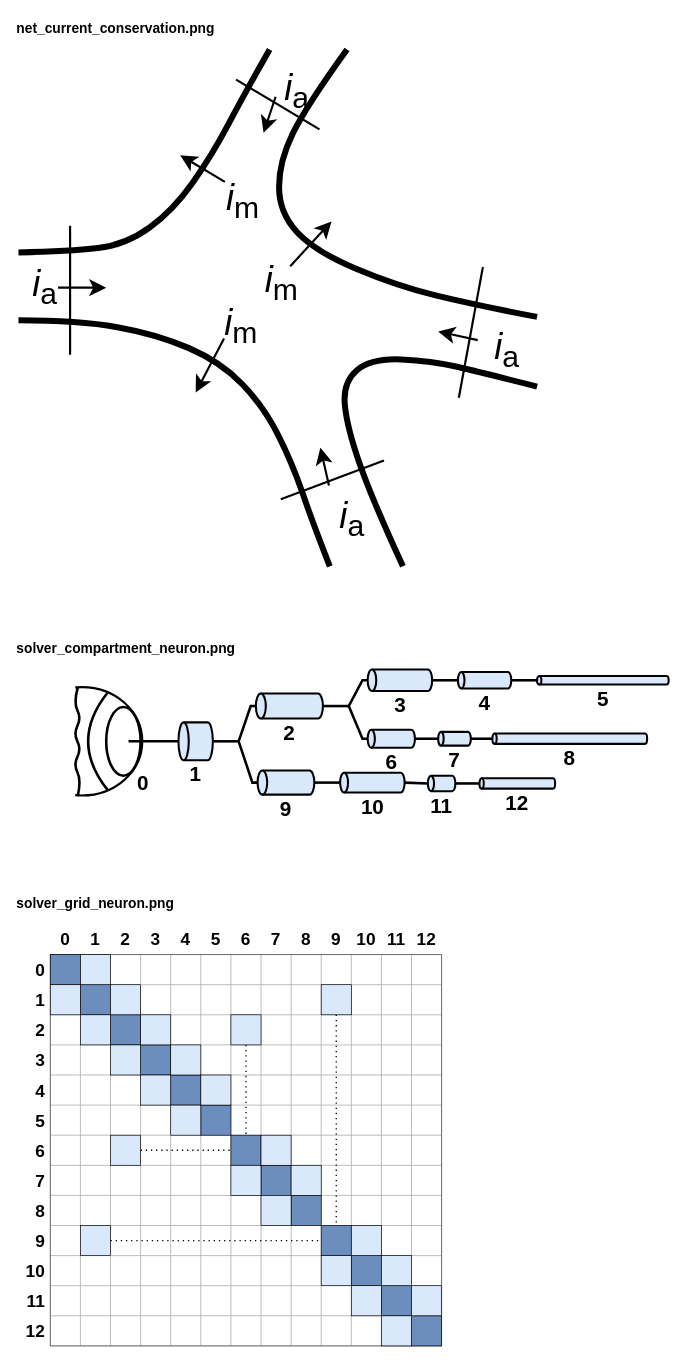
Above: assets/neuron-electrical-activity/neuron-electrical-activity.drawio in brunomaga/brunomaga.github.io (draw.io), before the change. Source tidied: cells renumbered, new cells numbered last; positions are measured from the earlier drawing's top-left corner, leaving out a move shared by most shapes. Both pictures are drawn from the tidied source at 86%, with x=0, y=0 at pixel (15, 15).
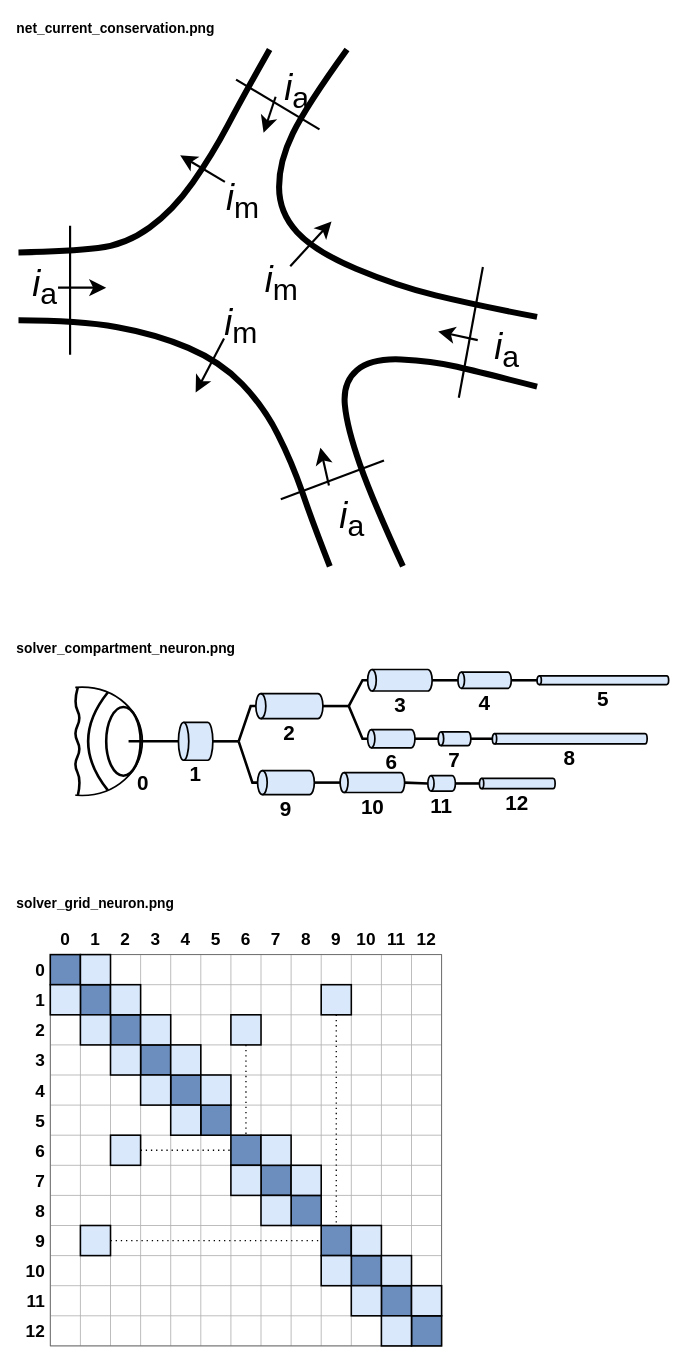
The same page after the edit.

Unchanged cells that the change refers to:
```xml
<mxCell id="27" style="group;" parent="1" vertex="1">
  <mxGeometry y="761" width="760" height="176.5" as="geometry" />
</mxCell>
<mxCell id="73" style="group;" parent="1" vertex="1">
  <mxGeometry y="1057.5" width="496" height="490" as="geometry" />
</mxCell>
```

Change to the diagram source:
```diff
@@
-    <mxCell id="28" style="ellipse;whiteSpace=wrap;html=1;fillColor=#ffffff;fontSize=14;strokeColor=#000000;strokeWidth=2.4;" parent="27" vertex="1">
+    <mxCell id="28" style="ellipse;whiteSpace=wrap;html=1;fillColor=#ffffff;fontSize=14;strokeColor=#000000;strokeWidth=1.99;" parent="27" vertex="1">
       <mxGeometry x="8" y="20.5" width="140" height="126" as="geometry" />
     </mxCell>
@@
-    <mxCell id="34" style="shape=cylinder3;whiteSpace=wrap;html=1;fillColor=#dae8fc;fontSize=14;direction=north;size=6;strokeColor=#000000;strokeWidth=2.4;" parent="27" vertex="1">
+    <mxCell id="34" style="shape=cylinder3;whiteSpace=wrap;html=1;fillColor=#dae8fc;fontSize=14;direction=north;size=6;strokeColor=#000000;strokeWidth=1.99;" parent="27" vertex="1">
       <mxGeometry x="190" y="61.5" width="40" height="44" as="geometry" />
     </mxCell>
@@
-    <mxCell id="36" style="shape=cylinder3;whiteSpace=wrap;html=1;fillColor=#dae8fc;fontSize=14;direction=north;size=5.8;strokeColor=#000000;strokeWidth=2.4;" parent="27" vertex="1">
+    <mxCell id="36" style="shape=cylinder3;whiteSpace=wrap;html=1;fillColor=#dae8fc;fontSize=14;direction=north;size=5.8;strokeColor=#000000;strokeWidth=1.99;" parent="27" vertex="1">
       <mxGeometry x="280" y="28" width="78" height="29" as="geometry" />
     </mxCell>
@@
-    <mxCell id="38" style="shape=cylinder3;whiteSpace=wrap;html=1;fillColor=#dae8fc;fontSize=14;direction=north;size=5.0;strokeColor=#000000;strokeWidth=2.4;" parent="27" vertex="1">
+    <mxCell id="38" style="shape=cylinder3;whiteSpace=wrap;html=1;fillColor=#dae8fc;fontSize=14;direction=north;size=5.0;strokeColor=#000000;strokeWidth=1.99;" parent="27" vertex="1">
       <mxGeometry x="410" width="75" height="25" as="geometry" />
     </mxCell>
@@
-    <mxCell id="40" style="shape=cylinder3;whiteSpace=wrap;html=1;fillColor=#dae8fc;fontSize=14;direction=north;size=3.8;strokeColor=#000000;strokeWidth=2.4;" parent="27" vertex="1">
+    <mxCell id="40" style="shape=cylinder3;whiteSpace=wrap;html=1;fillColor=#dae8fc;fontSize=14;direction=north;size=3.8;strokeColor=#000000;strokeWidth=1.99;" parent="27" vertex="1">
       <mxGeometry x="515" y="3" width="62" height="19" as="geometry" />
     </mxCell>
@@
-    <mxCell id="42" style="shape=cylinder3;whiteSpace=wrap;html=1;fillColor=#dae8fc;fontSize=14;direction=north;size=2.5;strokeColor=#000000;strokeWidth=2.4;" parent="27" vertex="1">
+    <mxCell id="42" style="shape=cylinder3;whiteSpace=wrap;html=1;fillColor=#dae8fc;fontSize=14;direction=north;size=2.5;strokeColor=#000000;strokeWidth=1.99;" parent="27" vertex="1">
       <mxGeometry x="607" y="7.5" width="153" height="10" as="geometry" />
     </mxCell>
@@
-    <mxCell id="44" style="shape=cylinder3;whiteSpace=wrap;html=1;fillColor=#dae8fc;fontSize=14;direction=north;size=4.2;strokeColor=#000000;strokeWidth=2.4;" parent="27" vertex="1">
+    <mxCell id="44" style="shape=cylinder3;whiteSpace=wrap;html=1;fillColor=#dae8fc;fontSize=14;direction=north;size=4.2;strokeColor=#000000;strokeWidth=1.99;" parent="27" vertex="1">
       <mxGeometry x="410" y="70" width="55" height="21" as="geometry" />
     </mxCell>
@@
-    <mxCell id="46" style="shape=cylinder3;whiteSpace=wrap;html=1;fillColor=#dae8fc;fontSize=14;direction=north;size=3.2;strokeColor=#000000;strokeWidth=2.4;" parent="27" vertex="1">
+    <mxCell id="46" style="shape=cylinder3;whiteSpace=wrap;html=1;fillColor=#dae8fc;fontSize=14;direction=north;size=3.2;strokeColor=#000000;strokeWidth=1.99;" parent="27" vertex="1">
       <mxGeometry x="492" y="72.5" width="38" height="16" as="geometry" />
     </mxCell>
@@
-    <mxCell id="48" style="shape=cylinder3;whiteSpace=wrap;html=1;fillColor=#dae8fc;fontSize=14;direction=north;size=2.5;strokeColor=#000000;strokeWidth=2.4;" parent="27" vertex="1">
+    <mxCell id="48" style="shape=cylinder3;whiteSpace=wrap;html=1;fillColor=#dae8fc;fontSize=14;direction=north;size=2.5;strokeColor=#000000;strokeWidth=1.99;" parent="27" vertex="1">
       <mxGeometry x="555" y="74.5" width="180" height="12" as="geometry" />
     </mxCell>
@@
-    <mxCell id="50" style="shape=cylinder3;whiteSpace=wrap;html=1;fillColor=#dae8fc;fontSize=14;direction=north;size=5.6;strokeColor=#000000;strokeWidth=2.4;" parent="27" vertex="1">
+    <mxCell id="50" style="shape=cylinder3;whiteSpace=wrap;html=1;fillColor=#dae8fc;fontSize=14;direction=north;size=5.6;strokeColor=#000000;strokeWidth=1.99;" parent="27" vertex="1">
       <mxGeometry x="282" y="117.5" width="66" height="28" as="geometry" />
     </mxCell>
@@
-    <mxCell id="52" style="shape=cylinder3;whiteSpace=wrap;html=1;fillColor=#dae8fc;fontSize=14;direction=north;size=4.6;strokeColor=#000000;strokeWidth=2.4;" parent="27" vertex="1">
+    <mxCell id="52" style="shape=cylinder3;whiteSpace=wrap;html=1;fillColor=#dae8fc;fontSize=14;direction=north;size=4.6;strokeColor=#000000;strokeWidth=1.99;" parent="27" vertex="1">
       <mxGeometry x="378" y="120" width="75" height="23" as="geometry" />
     </mxCell>
@@
-    <mxCell id="54" style="shape=cylinder3;whiteSpace=wrap;html=1;fillColor=#dae8fc;fontSize=14;direction=north;size=3.6;strokeColor=#000000;strokeWidth=2.4;" parent="27" vertex="1">
+    <mxCell id="54" style="shape=cylinder3;whiteSpace=wrap;html=1;fillColor=#dae8fc;fontSize=14;direction=north;size=3.6;strokeColor=#000000;strokeWidth=1.99;" parent="27" vertex="1">
       <mxGeometry x="480" y="123.5" width="32" height="18" as="geometry" />
     </mxCell>
@@
-    <mxCell id="56" style="shape=cylinder3;whiteSpace=wrap;html=1;fillColor=#dae8fc;fontSize=14;direction=north;size=2.5;strokeColor=#000000;strokeWidth=2.4;" parent="27" vertex="1">
+    <mxCell id="56" style="shape=cylinder3;whiteSpace=wrap;html=1;fillColor=#dae8fc;fontSize=14;direction=north;size=2.5;strokeColor=#000000;strokeWidth=1.99;" parent="27" vertex="1">
       <mxGeometry x="540" y="126.5" width="88" height="12" as="geometry" />
     </mxCell>
@@
-    <mxCell id="129" style="rounded=0;whiteSpace=wrap;html=1;fillColor=#6c8ebf;fontSize=14;strokeColor=#000000;strokeWidth=0.8;" parent="73" vertex="1">
+    <mxCell id="129" style="rounded=0;whiteSpace=wrap;html=1;fillColor=#6c8ebf;fontSize=14;strokeColor=#000000;strokeWidth=1.83;" parent="73" vertex="1">
       <mxGeometry x="41" y="35" width="35" height="35" as="geometry" />
     </mxCell>
-    <mxCell id="130" style="rounded=0;whiteSpace=wrap;html=1;fillColor=#6c8ebf;fontSize=14;strokeColor=#000000;strokeWidth=0.8;" parent="73" vertex="1">
+    <mxCell id="130" style="rounded=0;whiteSpace=wrap;html=1;fillColor=#6c8ebf;fontSize=14;strokeColor=#000000;strokeWidth=1.83;" parent="73" vertex="1">
       <mxGeometry x="76" y="70" width="35" height="35" as="geometry" />
     </mxCell>
-    <mxCell id="131" style="rounded=0;whiteSpace=wrap;html=1;fillColor=#6c8ebf;fontSize=14;strokeColor=#000000;strokeWidth=0.8;" parent="73" vertex="1">
+    <mxCell id="131" style="rounded=0;whiteSpace=wrap;html=1;fillColor=#6c8ebf;fontSize=14;strokeColor=#000000;strokeWidth=1.83;" parent="73" vertex="1">
       <mxGeometry x="111" y="105" width="35" height="35" as="geometry" />
     </mxCell>
-    <mxCell id="132" style="rounded=0;whiteSpace=wrap;html=1;fillColor=#6c8ebf;fontSize=14;strokeColor=#000000;strokeWidth=0.8;" parent="73" vertex="1">
+    <mxCell id="132" style="rounded=0;whiteSpace=wrap;html=1;fillColor=#6c8ebf;fontSize=14;strokeColor=#000000;strokeWidth=1.83;" parent="73" vertex="1">
       <mxGeometry x="146" y="140" width="35" height="35" as="geometry" />
     </mxCell>
-    <mxCell id="133" style="rounded=0;whiteSpace=wrap;html=1;fillColor=#6c8ebf;fontSize=14;strokeColor=#000000;strokeWidth=0.8;" parent="73" vertex="1">
+    <mxCell id="133" style="rounded=0;whiteSpace=wrap;html=1;fillColor=#6c8ebf;fontSize=14;strokeColor=#000000;strokeWidth=1.83;" parent="73" vertex="1">
       <mxGeometry x="181" y="175" width="35" height="35" as="geometry" />
     </mxCell>
-    <mxCell id="134" style="rounded=0;whiteSpace=wrap;html=1;fillColor=#6c8ebf;fontSize=14;strokeColor=#000000;strokeWidth=0.8;" parent="73" vertex="1">
+    <mxCell id="134" style="rounded=0;whiteSpace=wrap;html=1;fillColor=#6c8ebf;fontSize=14;strokeColor=#000000;strokeWidth=1.83;" parent="73" vertex="1">
       <mxGeometry x="216" y="210" width="35" height="35" as="geometry" />
     </mxCell>
-    <mxCell id="135" style="rounded=0;whiteSpace=wrap;html=1;fillColor=#6c8ebf;fontSize=14;strokeColor=#000000;strokeWidth=0.8;" parent="73" vertex="1">
+    <mxCell id="135" style="rounded=0;whiteSpace=wrap;html=1;fillColor=#6c8ebf;fontSize=14;strokeColor=#000000;strokeWidth=1.83;" parent="73" vertex="1">
       <mxGeometry x="251" y="245" width="35" height="35" as="geometry" />
     </mxCell>
-    <mxCell id="136" style="rounded=0;whiteSpace=wrap;html=1;fillColor=#6c8ebf;fontSize=14;strokeColor=#000000;strokeWidth=0.8;" parent="73" vertex="1">
+    <mxCell id="136" style="rounded=0;whiteSpace=wrap;html=1;fillColor=#6c8ebf;fontSize=14;strokeColor=#000000;strokeWidth=1.83;" parent="73" vertex="1">
       <mxGeometry x="286" y="280" width="35" height="35" as="geometry" />
     </mxCell>
-    <mxCell id="137" style="rounded=0;whiteSpace=wrap;html=1;fillColor=#6c8ebf;fontSize=14;strokeColor=#000000;strokeWidth=0.8;" parent="73" vertex="1">
+    <mxCell id="137" style="rounded=0;whiteSpace=wrap;html=1;fillColor=#6c8ebf;fontSize=14;strokeColor=#000000;strokeWidth=1.83;" parent="73" vertex="1">
       <mxGeometry x="321" y="315" width="35" height="35" as="geometry" />
     </mxCell>
-    <mxCell id="138" style="rounded=0;whiteSpace=wrap;html=1;fillColor=#6c8ebf;fontSize=14;strokeColor=#000000;strokeWidth=0.8;" parent="73" vertex="1">
+    <mxCell id="138" style="rounded=0;whiteSpace=wrap;html=1;fillColor=#6c8ebf;fontSize=14;strokeColor=#000000;strokeWidth=1.83;" parent="73" vertex="1">
       <mxGeometry x="356" y="350" width="35" height="35" as="geometry" />
     </mxCell>
-    <mxCell id="139" style="rounded=0;whiteSpace=wrap;html=1;fillColor=#6c8ebf;fontSize=14;strokeColor=#000000;strokeWidth=0.8;" parent="73" vertex="1">
+    <mxCell id="139" style="rounded=0;whiteSpace=wrap;html=1;fillColor=#6c8ebf;fontSize=14;strokeColor=#000000;strokeWidth=1.83;" parent="73" vertex="1">
       <mxGeometry x="391" y="385" width="35" height="35" as="geometry" />
     </mxCell>
-    <mxCell id="140" style="rounded=0;whiteSpace=wrap;html=1;fillColor=#6c8ebf;fontSize=14;strokeColor=#000000;strokeWidth=0.8;" parent="73" vertex="1">
+    <mxCell id="140" style="rounded=0;whiteSpace=wrap;html=1;fillColor=#6c8ebf;fontSize=14;strokeColor=#000000;strokeWidth=1.83;" parent="73" vertex="1">
       <mxGeometry x="426" y="420" width="35" height="35" as="geometry" />
     </mxCell>
-    <mxCell id="141" style="rounded=0;whiteSpace=wrap;html=1;fillColor=#6c8ebf;fontSize=14;strokeColor=#000000;strokeWidth=0.8;" parent="73" vertex="1">
+    <mxCell id="141" style="rounded=0;whiteSpace=wrap;html=1;fillColor=#6c8ebf;fontSize=14;strokeColor=#000000;strokeWidth=1.83;" parent="73" vertex="1">
       <mxGeometry x="461" y="455" width="35" height="35" as="geometry" />
     </mxCell>
-    <mxCell id="142" style="rounded=0;whiteSpace=wrap;html=1;fillColor=#dae8fc;fontSize=14;strokeColor=#000000;strokeWidth=0.8;" parent="73" vertex="1">
+    <mxCell id="142" style="rounded=0;whiteSpace=wrap;html=1;fillColor=#dae8fc;fontSize=14;strokeColor=#000000;strokeWidth=1.83;" parent="73" vertex="1">
       <mxGeometry x="41" y="70" width="35" height="35" as="geometry" />
     </mxCell>
-    <mxCell id="143" style="rounded=0;whiteSpace=wrap;html=1;fillColor=#dae8fc;fontSize=14;strokeColor=#000000;strokeWidth=0.8;" parent="73" vertex="1">
+    <mxCell id="143" style="rounded=0;whiteSpace=wrap;html=1;fillColor=#dae8fc;fontSize=14;strokeColor=#000000;strokeWidth=1.83;" parent="73" vertex="1">
       <mxGeometry x="76" y="35" width="35" height="35" as="geometry" />
     </mxCell>
-    <mxCell id="144" style="rounded=0;whiteSpace=wrap;html=1;fillColor=#dae8fc;fontSize=14;strokeColor=#000000;strokeWidth=0.8;" parent="73" vertex="1">
+    <mxCell id="144" style="rounded=0;whiteSpace=wrap;html=1;fillColor=#dae8fc;fontSize=14;strokeColor=#000000;strokeWidth=1.83;" parent="73" vertex="1">
       <mxGeometry x="76" y="105" width="35" height="35" as="geometry" />
     </mxCell>
-    <mxCell id="145" style="rounded=0;whiteSpace=wrap;html=1;fillColor=#dae8fc;fontSize=14;strokeColor=#000000;strokeWidth=0.8;" parent="73" vertex="1">
+    <mxCell id="145" style="rounded=0;whiteSpace=wrap;html=1;fillColor=#dae8fc;fontSize=14;strokeColor=#000000;strokeWidth=1.83;" parent="73" vertex="1">
       <mxGeometry x="111" y="70" width="35" height="35" as="geometry" />
     </mxCell>
-    <mxCell id="146" style="rounded=0;whiteSpace=wrap;html=1;fillColor=#dae8fc;fontSize=14;strokeColor=#000000;strokeWidth=0.8;" parent="73" vertex="1">
+    <mxCell id="146" style="rounded=0;whiteSpace=wrap;html=1;fillColor=#dae8fc;fontSize=14;strokeColor=#000000;strokeWidth=1.83;" parent="73" vertex="1">
       <mxGeometry x="111" y="140" width="35" height="35" as="geometry" />
     </mxCell>
-    <mxCell id="147" style="rounded=0;whiteSpace=wrap;html=1;fillColor=#dae8fc;fontSize=14;strokeColor=#000000;strokeWidth=0.8;" parent="73" vertex="1">
+    <mxCell id="147" style="rounded=0;whiteSpace=wrap;html=1;fillColor=#dae8fc;fontSize=14;strokeColor=#000000;strokeWidth=1.83;" parent="73" vertex="1">
       <mxGeometry x="146" y="105" width="35" height="35" as="geometry" />
     </mxCell>
-    <mxCell id="148" style="rounded=0;whiteSpace=wrap;html=1;fillColor=#dae8fc;fontSize=14;strokeColor=#000000;strokeWidth=0.8;" parent="73" vertex="1">
+    <mxCell id="148" style="rounded=0;whiteSpace=wrap;html=1;fillColor=#dae8fc;fontSize=14;strokeColor=#000000;strokeWidth=1.83;" parent="73" vertex="1">
       <mxGeometry x="146" y="175" width="35" height="35" as="geometry" />
     </mxCell>
-    <mxCell id="149" style="rounded=0;whiteSpace=wrap;html=1;fillColor=#dae8fc;fontSize=14;strokeColor=#000000;strokeWidth=0.8;" parent="73" vertex="1">
+    <mxCell id="149" style="rounded=0;whiteSpace=wrap;html=1;fillColor=#dae8fc;fontSize=14;strokeColor=#000000;strokeWidth=1.83;" parent="73" vertex="1">
       <mxGeometry x="181" y="140" width="35" height="35" as="geometry" />
     </mxCell>
-    <mxCell id="150" style="rounded=0;whiteSpace=wrap;html=1;fillColor=#dae8fc;fontSize=14;strokeColor=#000000;strokeWidth=0.8;" parent="73" vertex="1">
+    <mxCell id="150" style="rounded=0;whiteSpace=wrap;html=1;fillColor=#dae8fc;fontSize=14;strokeColor=#000000;strokeWidth=1.83;" parent="73" vertex="1">
       <mxGeometry x="181" y="210" width="35" height="35" as="geometry" />
     </mxCell>
-    <mxCell id="151" style="rounded=0;whiteSpace=wrap;html=1;fillColor=#dae8fc;fontSize=14;strokeColor=#000000;strokeWidth=0.8;" parent="73" vertex="1">
+    <mxCell id="151" style="rounded=0;whiteSpace=wrap;html=1;fillColor=#dae8fc;fontSize=14;strokeColor=#000000;strokeWidth=1.83;" parent="73" vertex="1">
       <mxGeometry x="216" y="175" width="35" height="35" as="geometry" />
     </mxCell>
-    <mxCell id="152" style="rounded=0;whiteSpace=wrap;html=1;fillColor=#dae8fc;fontSize=14;strokeColor=#000000;strokeWidth=0.8;" parent="73" vertex="1">
+    <mxCell id="152" style="rounded=0;whiteSpace=wrap;html=1;fillColor=#dae8fc;fontSize=14;strokeColor=#000000;strokeWidth=1.83;" parent="73" vertex="1">
       <mxGeometry x="111" y="245" width="35" height="35" as="geometry" />
     </mxCell>
-    <mxCell id="153" style="rounded=0;whiteSpace=wrap;html=1;fillColor=#dae8fc;fontSize=14;strokeColor=#000000;strokeWidth=0.8;" parent="73" vertex="1">
+    <mxCell id="153" style="rounded=0;whiteSpace=wrap;html=1;fillColor=#dae8fc;fontSize=14;strokeColor=#000000;strokeWidth=1.83;" parent="73" vertex="1">
       <mxGeometry x="251" y="105" width="35" height="35" as="geometry" />
     </mxCell>
-    <mxCell id="154" style="rounded=0;whiteSpace=wrap;html=1;fillColor=#dae8fc;fontSize=14;strokeColor=#000000;strokeWidth=0.8;" parent="73" vertex="1">
+    <mxCell id="154" style="rounded=0;whiteSpace=wrap;html=1;fillColor=#dae8fc;fontSize=14;strokeColor=#000000;strokeWidth=1.83;" parent="73" vertex="1">
       <mxGeometry x="251" y="280" width="35" height="35" as="geometry" />
     </mxCell>
-    <mxCell id="155" style="rounded=0;whiteSpace=wrap;html=1;fillColor=#dae8fc;fontSize=14;strokeColor=#000000;strokeWidth=0.8;" parent="73" vertex="1">
+    <mxCell id="155" style="rounded=0;whiteSpace=wrap;html=1;fillColor=#dae8fc;fontSize=14;strokeColor=#000000;strokeWidth=1.83;" parent="73" vertex="1">
       <mxGeometry x="286" y="245" width="35" height="35" as="geometry" />
     </mxCell>
-    <mxCell id="156" style="rounded=0;whiteSpace=wrap;html=1;fillColor=#dae8fc;fontSize=14;strokeColor=#000000;strokeWidth=0.8;" parent="73" vertex="1">
+    <mxCell id="156" style="rounded=0;whiteSpace=wrap;html=1;fillColor=#dae8fc;fontSize=14;strokeColor=#000000;strokeWidth=1.83;" parent="73" vertex="1">
       <mxGeometry x="286" y="315" width="35" height="35" as="geometry" />
     </mxCell>
-    <mxCell id="157" style="rounded=0;whiteSpace=wrap;html=1;fillColor=#dae8fc;fontSize=14;strokeColor=#000000;strokeWidth=0.8;" parent="73" vertex="1">
+    <mxCell id="157" style="rounded=0;whiteSpace=wrap;html=1;fillColor=#dae8fc;fontSize=14;strokeColor=#000000;strokeWidth=1.83;" parent="73" vertex="1">
       <mxGeometry x="321" y="280" width="35" height="35" as="geometry" />
     </mxCell>
-    <mxCell id="158" style="rounded=0;whiteSpace=wrap;html=1;fillColor=#dae8fc;fontSize=14;strokeColor=#000000;strokeWidth=0.8;" parent="73" vertex="1">
+    <mxCell id="158" style="rounded=0;whiteSpace=wrap;html=1;fillColor=#dae8fc;fontSize=14;strokeColor=#000000;strokeWidth=1.83;" parent="73" vertex="1">
       <mxGeometry x="76" y="350" width="35" height="35" as="geometry" />
     </mxCell>
-    <mxCell id="159" style="rounded=0;whiteSpace=wrap;html=1;fillColor=#dae8fc;fontSize=14;strokeColor=#000000;strokeWidth=0.8;" parent="73" vertex="1">
+    <mxCell id="159" style="rounded=0;whiteSpace=wrap;html=1;fillColor=#dae8fc;fontSize=14;strokeColor=#000000;strokeWidth=1.83;" parent="73" vertex="1">
       <mxGeometry x="356" y="70" width="35" height="35" as="geometry" />
     </mxCell>
-    <mxCell id="160" style="rounded=0;whiteSpace=wrap;html=1;fillColor=#dae8fc;fontSize=14;strokeColor=#000000;strokeWidth=0.8;" parent="73" vertex="1">
+    <mxCell id="160" style="rounded=0;whiteSpace=wrap;html=1;fillColor=#dae8fc;fontSize=14;strokeColor=#000000;strokeWidth=1.83;" parent="73" vertex="1">
       <mxGeometry x="356" y="385" width="35" height="35" as="geometry" />
     </mxCell>
-    <mxCell id="161" style="rounded=0;whiteSpace=wrap;html=1;fillColor=#dae8fc;fontSize=14;strokeColor=#000000;strokeWidth=0.8;" parent="73" vertex="1">
+    <mxCell id="161" style="rounded=0;whiteSpace=wrap;html=1;fillColor=#dae8fc;fontSize=14;strokeColor=#000000;strokeWidth=1.83;" parent="73" vertex="1">
       <mxGeometry x="391" y="350" width="35" height="35" as="geometry" />
     </mxCell>
-    <mxCell id="162" style="rounded=0;whiteSpace=wrap;html=1;fillColor=#dae8fc;fontSize=14;strokeColor=#000000;strokeWidth=0.8;" parent="73" vertex="1">
+    <mxCell id="162" style="rounded=0;whiteSpace=wrap;html=1;fillColor=#dae8fc;fontSize=14;strokeColor=#000000;strokeWidth=1.83;" parent="73" vertex="1">
       <mxGeometry x="391" y="420" width="35" height="35" as="geometry" />
     </mxCell>
-    <mxCell id="163" style="rounded=0;whiteSpace=wrap;html=1;fillColor=#dae8fc;fontSize=14;strokeColor=#000000;strokeWidth=0.8;" parent="73" vertex="1">
+    <mxCell id="163" style="rounded=0;whiteSpace=wrap;html=1;fillColor=#dae8fc;fontSize=14;strokeColor=#000000;strokeWidth=1.83;" parent="73" vertex="1">
       <mxGeometry x="426" y="385" width="35" height="35" as="geometry" />
     </mxCell>
-    <mxCell id="164" style="rounded=0;whiteSpace=wrap;html=1;fillColor=#dae8fc;fontSize=14;strokeColor=#000000;strokeWidth=0.8;" parent="73" vertex="1">
+    <mxCell id="164" style="rounded=0;whiteSpace=wrap;html=1;fillColor=#dae8fc;fontSize=14;strokeColor=#000000;strokeWidth=1.83;" parent="73" vertex="1">
       <mxGeometry x="426" y="455" width="35" height="35" as="geometry" />
     </mxCell>
-    <mxCell id="165" style="rounded=0;whiteSpace=wrap;html=1;fillColor=#dae8fc;fontSize=14;strokeColor=#000000;strokeWidth=0.8;" parent="73" vertex="1">
+    <mxCell id="165" style="rounded=0;whiteSpace=wrap;html=1;fillColor=#dae8fc;fontSize=14;strokeColor=#000000;strokeWidth=1.83;" parent="73" vertex="1">
       <mxGeometry x="461" y="420" width="35" height="35" as="geometry" />
     </mxCell>
```
